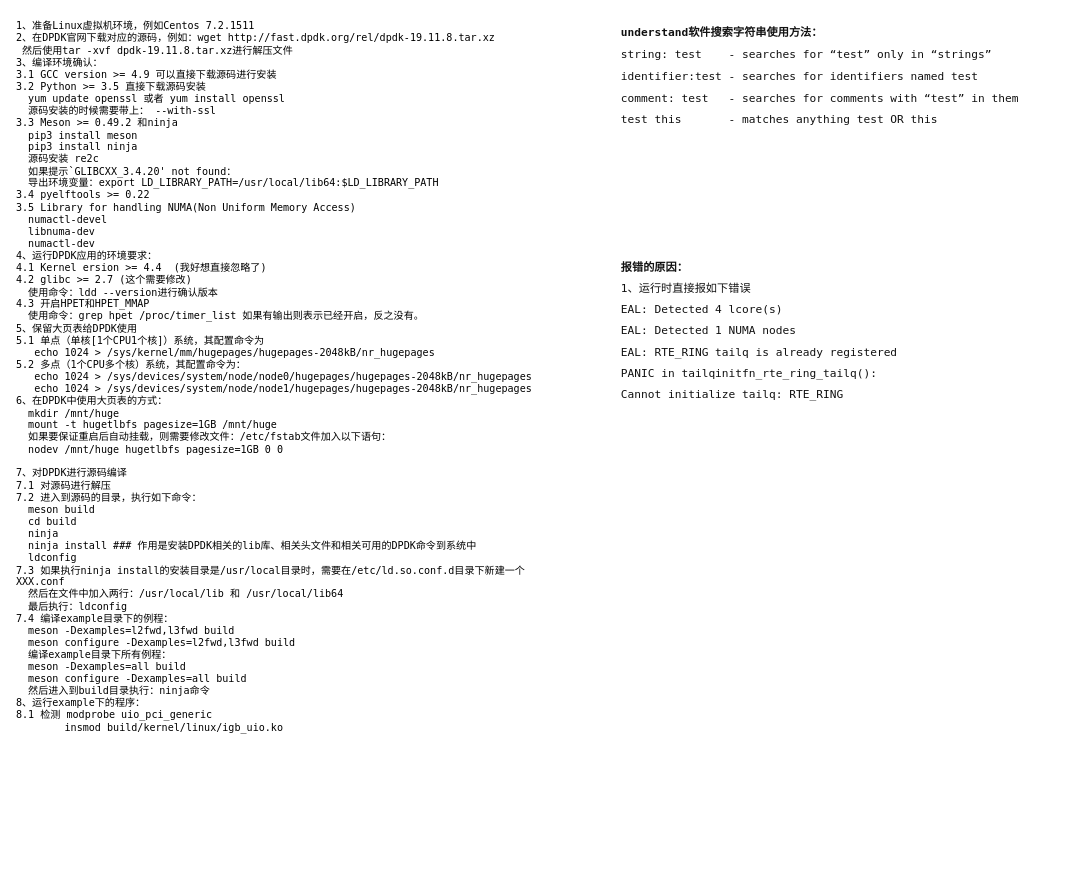
Earlier version of the draw.io diagram Untitled Diagram.drawio (KingPop/xserver2.1.1). Source tidied: cells renumbered, new cells numbered last; positions are measured from the earlier drawing's top-left corner, leaving out a move shared by most shapes. Both pictures are drawn from the tidied source at 84%, with x=0, y=0 at pixel (14, 14).
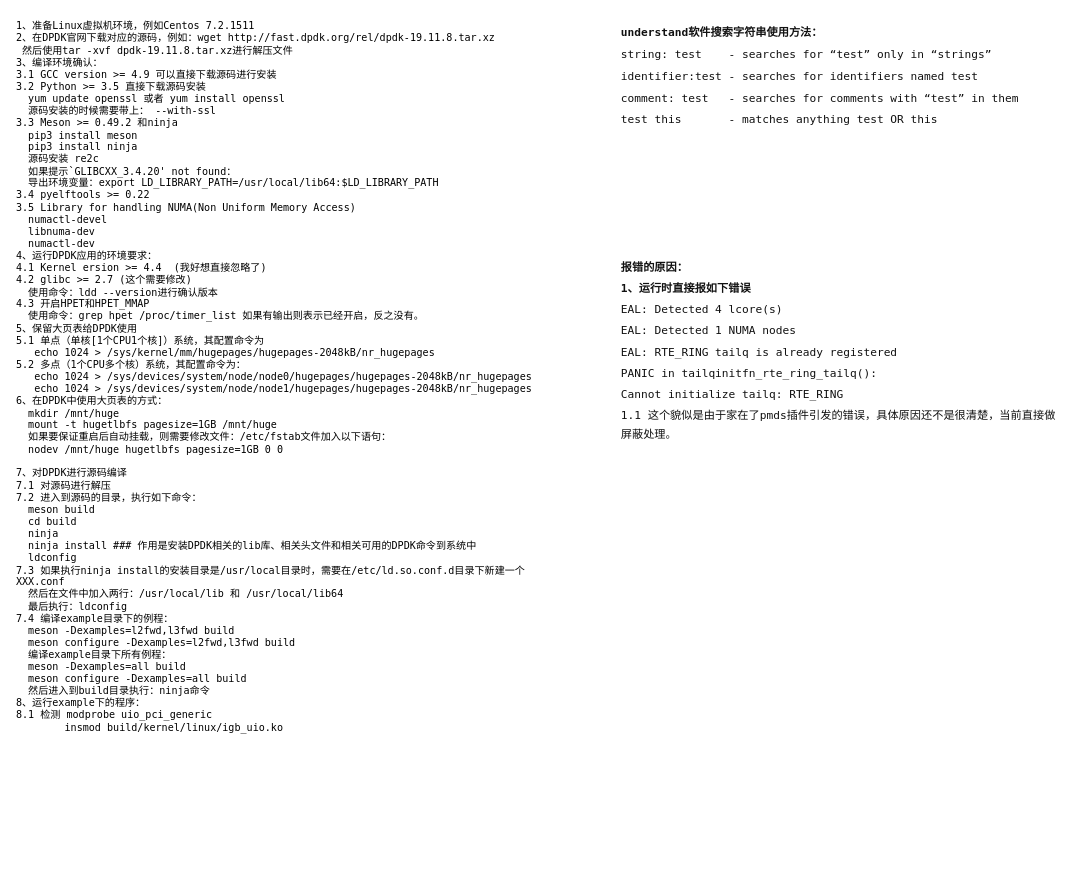
Above is the later version.

Change to the diagram source:
```diff
@@
 <mxGraphModel>
   <root>
     <mxCell id="0" />
     <mxCell id="1" parent="0" />
     <mxCell id="2" value="1、准备Linux虚拟机环境，例如Centos 7.2.1511&lt;div style=&quot;resize: none ; outline: 0px ; font-size: inherit&quot;&gt;2、在DPDK官网下载对应的源码，例如：wget http://fast.dpdk.org/rel/dpdk-19.11.8.tar.xz&lt;/div&gt;&lt;div style=&quot;resize: none ; outline: 0px ; font-size: inherit&quot;&gt;&amp;nbsp;然后使用tar -xvf dpdk-19.11.8.tar.xz进行解压文件&lt;/div&gt;&lt;div style=&quot;resize: none ; outline: 0px ; font-size: inherit&quot;&gt;3、编译环境确认：&lt;/div&gt;&lt;div style=&quot;resize: none ; outline: 0px ; font-size: inherit&quot;&gt;3.1 GCC version &amp;gt;= 4.9 可以直接下载源码进行安装&lt;/div&gt;&lt;div style=&quot;resize: none ; outline: 0px ; font-size: inherit&quot;&gt;3.2 Python &amp;gt;= 3.5 直接下载源码安装&lt;/div&gt;&lt;div style=&quot;resize: none ; outline: 0px ; font-size: inherit&quot;&gt;&amp;nbsp; yum update openssl 或者 yum install openssl&lt;/div&gt;&lt;div style=&quot;resize: none ; outline: 0px ; font-size: inherit&quot;&gt;&amp;nbsp; 源码安装的时候需要带上： --with-ssl&lt;/div&gt;&lt;div style=&quot;resize: none ; outline: 0px ; font-size: inherit&quot;&gt;3.3 Meson &amp;gt;= 0.49.2 和ninja&lt;/div&gt;&lt;div style=&quot;resize: none ; outline: 0px ; font-size: inherit&quot;&gt;&amp;nbsp;&amp;nbsp;pip3 install meson&lt;/div&gt;&lt;div style=&quot;resize: none ; outline: 0px ; font-size: inherit&quot;&gt;&amp;nbsp;&amp;nbsp;pip3 install ninja&lt;/div&gt;&lt;div style=&quot;resize: none ; outline: 0px ; font-size: inherit&quot;&gt;&amp;nbsp; 源码安装 re2c&lt;/div&gt;&lt;div style=&quot;resize: none ; outline: 0px ; font-size: inherit&quot;&gt;&amp;nbsp; 如果提示`GLIBCXX_3.4.20' not found：&lt;/div&gt;&lt;div style=&quot;resize: none ; outline: 0px ; font-size: inherit&quot;&gt;&amp;nbsp; 导出环境变量：export LD_LIBRARY_PATH=/usr/local/lib64:$LD_LIBRARY_PATH&amp;nbsp;&lt;/div&gt;&lt;div style=&quot;resize: none ; outline: 0px ; font-size: inherit&quot;&gt;3.4 pyelftools &amp;gt;= 0.22&lt;/div&gt;&lt;div style=&quot;resize: none ; outline: 0px ; font-size: inherit&quot;&gt;3.5 Library for handling NUMA(Non Uniform Memory Access)&lt;/div&gt;&lt;div style=&quot;resize: none ; outline: 0px ; font-size: inherit&quot;&gt;&amp;nbsp; numactl-devel&lt;/div&gt;&lt;div style=&quot;resize: none ; outline: 0px ; font-size: inherit&quot;&gt;&amp;nbsp; libnuma-dev&lt;/div&gt;&lt;div style=&quot;resize: none ; outline: 0px ; font-size: inherit&quot;&gt;&amp;nbsp; numactl-dev&lt;/div&gt;&lt;div style=&quot;resize: none ; outline: 0px ; font-size: inherit&quot;&gt;4、运行DPDK应用的环境要求：&lt;/div&gt;&lt;div style=&quot;resize: none ; outline: 0px ; font-size: inherit&quot;&gt;4.1 Kernel ersion &amp;gt;= 4.4&amp;nbsp; (我好想直接忽略了)&lt;/div&gt;&lt;div style=&quot;resize: none ; outline: 0px ; font-size: inherit&quot;&gt;4.2 glibc &amp;gt;= 2.7 (这个需要修改)&lt;/div&gt;&lt;div style=&quot;resize: none ; outline: 0px ; font-size: inherit&quot;&gt;&amp;nbsp; 使用命令：ldd --version进行确认版本&lt;/div&gt;&lt;div style=&quot;resize: none ; outline: 0px ; font-size: inherit&quot;&gt;4.3 开启HPET和HPET_MMAP&lt;/div&gt;&lt;div style=&quot;resize: none ; outline: 0px ; font-size: inherit&quot;&gt;&amp;nbsp; 使用命令：grep hpet /proc/timer_list 如果有输出则表示已经开启，反之没有。&lt;/div&gt;&lt;div style=&quot;resize: none ; outline: 0px ; font-size: inherit&quot;&gt;5、保留大页表给DPDK使用&lt;/div&gt;&lt;div style=&quot;resize: none ; outline: 0px ; font-size: inherit&quot;&gt;5.1 单点（单核[1个CPU1个核]）系统，&lt;span style=&quot;font-size: inherit&quot;&gt;其配置命令为&lt;/span&gt;&lt;/div&gt;&lt;div style=&quot;resize: none ; outline: 0px ; font-size: inherit&quot;&gt;&lt;span style=&quot;font-size: inherit&quot;&gt;&amp;nbsp; &amp;nbsp;echo 1024 &amp;gt; /sys/kernel/mm/hugepages/hugepages-2048kB/nr_hugepages&lt;/span&gt;&lt;/div&gt;&lt;div style=&quot;resize: none ; outline: 0px ; font-size: inherit&quot;&gt;5.2 多点（1个CPU多个核）系统，其配置命令为：&lt;/div&gt;&lt;div style=&quot;resize: none ; outline: 0px ; font-size: inherit&quot;&gt;&amp;nbsp; &amp;nbsp;echo 1024 &amp;gt; /sys/devices/system/node/node0/hugepages/hugepages-2048kB/nr_hugepages&lt;/div&gt;&lt;div style=&quot;resize: none ; outline: 0px ; font-size: inherit&quot;&gt;&lt;/div&gt;&amp;nbsp; &amp;nbsp;echo 1024 &amp;gt; /sys/devices/system/node/node1/hugepages/hugepages-2048kB/nr_hugepages&lt;div style=&quot;resize: none ; outline: 0px ; font-size: inherit&quot;&gt;6、在DPDK中使用大页表的方式：&lt;/div&gt;&lt;div style=&quot;resize: none ; outline: 0px ; font-size: inherit&quot;&gt;&amp;nbsp; mkdir /mnt/huge&lt;/div&gt;&lt;div style=&quot;resize: none ; outline: 0px ; font-size: inherit&quot;&gt;&lt;/div&gt;&amp;nbsp; mount -t hugetlbfs pagesize=1GB /mnt/huge&lt;div style=&quot;resize: none ; outline: 0px ; font-size: inherit&quot;&gt;&amp;nbsp; 如果要保证重启后自动挂载，则需要修改文件：/etc/fstab文件加入以下语句：&lt;/div&gt;&lt;div style=&quot;resize: none ; outline: 0px ; font-size: inherit&quot;&gt;&amp;nbsp; nodev /mnt/huge hugetlbfs pagesize=1GB 0 0&lt;/div&gt;&lt;div style=&quot;resize: none ; outline: 0px ; font-size: inherit&quot;&gt;&lt;br&gt;&lt;/div&gt;&lt;div style=&quot;resize: none ; outline: 0px ; font-size: inherit&quot;&gt;7、对DPDK进行源码编译&lt;/div&gt;&lt;div style=&quot;resize: none ; outline: 0px ; font-size: inherit&quot;&gt;7.1 对源码进行解压&lt;/div&gt;&lt;div style=&quot;resize: none ; outline: 0px ; font-size: inherit&quot;&gt;7.2 进入到源码的目录，执行如下命令：&lt;/div&gt;&lt;div style=&quot;resize: none ; outline: 0px ; font-size: inherit&quot;&gt;&amp;nbsp; meson build&lt;/div&gt;&lt;div style=&quot;resize: none ; outline: 0px ; font-size: inherit&quot;&gt;&amp;nbsp; cd build&lt;/div&gt;&lt;div style=&quot;resize: none ; outline: 0px ; font-size: inherit&quot;&gt;&amp;nbsp; ninja&lt;/div&gt;&lt;div style=&quot;resize: none ; outline: 0px ; font-size: inherit&quot;&gt;&amp;nbsp; ninja install ### 作用是安装DPDK相关的lib库、相关头文件和相关可用的DPDK命令到系统中&lt;/div&gt;&lt;div style=&quot;resize: none ; outline: 0px ; font-size: inherit&quot;&gt;&amp;nbsp; ldconfig&lt;/div&gt;&lt;div style=&quot;resize: none ; outline: 0px ; font-size: inherit&quot;&gt;7.3 如果执行ninja install的安装目录是/usr/local目录时，需要在/etc/ld.so.conf.d目录下新建一个XXX.conf&lt;/div&gt;&lt;div style=&quot;resize: none ; outline: 0px ; font-size: inherit&quot;&gt;&amp;nbsp; 然后在文件中加入两行：/usr/local/lib 和 /usr/local/lib64&lt;/div&gt;&lt;div style=&quot;resize: none ; outline: 0px ; font-size: inherit&quot;&gt;&amp;nbsp; 最后执行：ldconfig&lt;/div&gt;&lt;div style=&quot;resize: none ; outline: 0px ; font-size: inherit&quot;&gt;7.4 编译example目录下的例程：&lt;/div&gt;&lt;div style=&quot;resize: none ; outline: 0px ; font-size: inherit&quot;&gt;&amp;nbsp;&amp;nbsp;meson -Dexamples=l2fwd,l3fwd build&lt;/div&gt;&lt;div style=&quot;resize: none ; outline: 0px ; font-size: inherit&quot;&gt;&amp;nbsp;&amp;nbsp;meson configure&amp;nbsp;-Dexamples=l2fwd,l3fwd build&lt;/div&gt;&lt;div style=&quot;resize: none ; outline: 0px ; font-size: inherit&quot;&gt;&amp;nbsp; 编译example目录下所有例程：&lt;/div&gt;&lt;div style=&quot;resize: none ; outline: 0px ; font-size: inherit&quot;&gt;&amp;nbsp;&amp;nbsp;meson -Dexamples=all build&lt;/div&gt;&lt;div style=&quot;resize: none ; outline: 0px ; font-size: inherit&quot;&gt;&amp;nbsp;&amp;nbsp;meson configure&amp;nbsp;-Dexamples=all build&lt;/div&gt;&lt;div style=&quot;resize: none ; outline: 0px ; font-size: inherit&quot;&gt;&amp;nbsp; 然后进入到build目录执行：ninja命令&lt;/div&gt;&lt;div style=&quot;resize: none ; outline: 0px ; font-size: inherit&quot;&gt;8、运行example下的程序：&lt;/div&gt;&lt;div style=&quot;resize: none ; outline: 0px ; font-size: inherit&quot;&gt;8.1 检测&amp;nbsp;modprobe uio_pci_generic&lt;/div&gt;&lt;div style=&quot;resize: none ; outline: 0px ; font-size: inherit&quot;&gt;&amp;nbsp; &amp;nbsp; &amp;nbsp; &amp;nbsp; insmod build/kernel/linux/igb_uio.ko&lt;/div&gt;" style="text;html=1;strokeColor=none;fillColor=none;align=left;verticalAlign=top;whiteSpace=wrap;rounded=0;fontFamily=Lucida Console;" parent="1" vertex="1">
       <mxGeometry width="640" height="1000" as="geometry" />
     </mxCell>
     <mxCell id="3" value="&lt;div&gt;&lt;div class=&quot;document&quot;&gt;&lt;p class=&quot;paragraph text-align-type-left pap-line-1.8 pap-line-rule-auto pap-spacing-before-2pt pap-spacing-after-2pt&quot; style=&quot;line-height: 180% ; margin-top: 2.66667px ; margin-bottom: 2.66667px&quot;&gt;&lt;span style=&quot;font-size: 10pt ; font-family: &amp;#34;simsun&amp;#34; , &amp;#34;songti sc&amp;#34; , , sans-serif ; color: rgb(17 , 17 , 17) ; background: transparent ; letter-spacing: 0pt ; vertical-align: baseline&quot;&gt;&lt;b&gt;understand软件搜索字符串使用方法：&lt;/b&gt;&lt;/span&gt;&lt;span style=&quot;font-size: 11pt ; font-family: &amp;#34;sf pro&amp;#34; , &amp;#34;pingfang sc&amp;#34; , &amp;#34;microsoft yahei&amp;#34; , , &amp;#34;noto sans cjk sc&amp;#34; , sans-serif , &amp;#34;roboto&amp;#34; , &amp;#34;droid sans&amp;#34; , &amp;#34;helvetica&amp;#34; , &amp;#34;tahoma&amp;#34; , &amp;#34;arial&amp;#34; , &amp;#34;hiragino sans gb&amp;#34; , &amp;#34;heiti sc&amp;#34; ; color: rgb(17 , 17 , 17) ; background: transparent ; letter-spacing: 0pt ; vertical-align: baseline&quot;&gt;&lt;/span&gt;&lt;/p&gt;&lt;p class=&quot;paragraph text-align-type-left pap-line-1.8 pap-line-rule-auto pap-spacing-before-2pt pap-spacing-after-2pt&quot; style=&quot;line-height: 180% ; margin-top: 2.66667px ; margin-bottom: 2.66667px&quot;&gt;&lt;span style=&quot;font-size: 10pt ; font-family: &amp;#34;simsun&amp;#34; , &amp;#34;songti sc&amp;#34; , , sans-serif ; color: rgb(17 , 17 , 17) ; background: transparent ; letter-spacing: 0pt ; vertical-align: baseline&quot;&gt;string: test&amp;nbsp; &amp;nbsp; - searches for “test” only in “strings”&lt;/span&gt;&lt;span style=&quot;font-size: 11pt ; font-family: &amp;#34;sf pro&amp;#34; , &amp;#34;pingfang sc&amp;#34; , &amp;#34;microsoft yahei&amp;#34; , , &amp;#34;noto sans cjk sc&amp;#34; , sans-serif , &amp;#34;roboto&amp;#34; , &amp;#34;droid sans&amp;#34; , &amp;#34;helvetica&amp;#34; , &amp;#34;tahoma&amp;#34; , &amp;#34;arial&amp;#34; , &amp;#34;hiragino sans gb&amp;#34; , &amp;#34;heiti sc&amp;#34; ; color: rgb(17 , 17 , 17) ; background: transparent ; letter-spacing: 0pt ; vertical-align: baseline&quot;&gt;&lt;/span&gt;&lt;/p&gt;&lt;p class=&quot;paragraph text-align-type-left pap-line-1.8 pap-line-rule-auto pap-spacing-before-2pt pap-spacing-after-2pt&quot; style=&quot;line-height: 180% ; margin-top: 2.66667px ; margin-bottom: 2.66667px&quot;&gt;&lt;span style=&quot;font-size: 10pt ; font-family: &amp;#34;simsun&amp;#34; , &amp;#34;songti sc&amp;#34; , , sans-serif ; color: rgb(17 , 17 , 17) ; background: transparent ; letter-spacing: 0pt ; vertical-align: baseline&quot;&gt;identifier:test     - searches for identifiers named test&lt;/span&gt;&lt;span style=&quot;font-size: 11pt ; font-family: &amp;#34;sf pro&amp;#34; , &amp;#34;pingfang sc&amp;#34; , &amp;#34;microsoft yahei&amp;#34; , , &amp;#34;noto sans cjk sc&amp;#34; , sans-serif , &amp;#34;roboto&amp;#34; , &amp;#34;droid sans&amp;#34; , &amp;#34;helvetica&amp;#34; , &amp;#34;tahoma&amp;#34; , &amp;#34;arial&amp;#34; , &amp;#34;hiragino sans gb&amp;#34; , &amp;#34;heiti sc&amp;#34; ; color: rgb(17 , 17 , 17) ; background: transparent ; letter-spacing: 0pt ; vertical-align: baseline&quot;&gt;&lt;/span&gt;&lt;/p&gt;&lt;p class=&quot;paragraph text-align-type-left pap-line-1.8 pap-line-rule-auto pap-spacing-before-2pt pap-spacing-after-2pt&quot; style=&quot;line-height: 180% ; margin-top: 2.66667px ; margin-bottom: 2.66667px&quot;&gt;&lt;span style=&quot;font-size: 10pt ; font-family: &amp;#34;simsun&amp;#34; , &amp;#34;songti sc&amp;#34; , , sans-serif ; color: rgb(17 , 17 , 17) ; background: transparent ; letter-spacing: 0pt ; vertical-align: baseline&quot;&gt;comment: test&amp;nbsp; &amp;nbsp;- searches for comments with “test” in them&lt;/span&gt;&lt;span style=&quot;font-size: 11pt ; font-family: &amp;#34;sf pro&amp;#34; , &amp;#34;pingfang sc&amp;#34; , &amp;#34;microsoft yahei&amp;#34; , , &amp;#34;noto sans cjk sc&amp;#34; , sans-serif , &amp;#34;roboto&amp;#34; , &amp;#34;droid sans&amp;#34; , &amp;#34;helvetica&amp;#34; , &amp;#34;tahoma&amp;#34; , &amp;#34;arial&amp;#34; , &amp;#34;hiragino sans gb&amp;#34; , &amp;#34;heiti sc&amp;#34; ; color: rgb(17 , 17 , 17) ; background: transparent ; letter-spacing: 0pt ; vertical-align: baseline&quot;&gt;&lt;/span&gt;&lt;/p&gt;&lt;p class=&quot;paragraph text-align-type-left pap-line-1.8 pap-line-rule-auto pap-spacing-before-2pt pap-spacing-after-2pt&quot; style=&quot;line-height: 180% ; margin-top: 2.66667px ; margin-bottom: 2.66667px&quot;&gt;&lt;span style=&quot;font-size: 10pt ; font-family: &amp;#34;simsun&amp;#34; , &amp;#34;songti sc&amp;#34; , , sans-serif ; color: rgb(17 , 17 , 17) ; background: transparent ; letter-spacing: 0pt ; vertical-align: baseline&quot;&gt;test this&amp;nbsp; &amp;nbsp; &amp;nbsp; &amp;nbsp;- matches anything test OR this&lt;/span&gt;&lt;span style=&quot;font-size: 10pt ; font-family: &amp;#34;simsun&amp;#34; , &amp;#34;songti sc&amp;#34; , , sans-serif ; color: rgb(17 , 17 , 17) ; background: transparent ; letter-spacing: 0pt ; vertical-align: baseline&quot;&gt;&lt;/span&gt;&lt;/p&gt;&lt;/div&gt;&lt;/div&gt;" style="text;html=1;strokeColor=none;fillColor=none;align=left;verticalAlign=top;whiteSpace=wrap;rounded=0;fontFamily=Lucida Console;" parent="1" vertex="1">
       <mxGeometry x="720" width="520" height="200" as="geometry" />
     </mxCell>
-    <mxCell id="4" value="&lt;div class=&quot;document&quot;&gt;&lt;p class=&quot;paragraph text-align-type-left pap-line-1.8 pap-line-rule-auto pap-spacing-before-2pt pap-spacing-after-2pt&quot; style=&quot;line-height: 180% ; margin-top: 2.66667px ; margin-bottom: 2.66667px&quot;&gt;&lt;font&gt;&lt;span style=&quot;font-size: 10pt ; font-family: &amp;quot;simsun&amp;quot; , &amp;quot;songti sc&amp;quot; , , sans-serif ; color: rgb(17 , 17 , 17) ; background: transparent ; letter-spacing: 0pt ; vertical-align: baseline&quot;&gt;&lt;b&gt;报错的原因：&lt;/b&gt;&lt;/span&gt;&lt;span style=&quot;font-size: 11pt ; font-family: &amp;quot;sf pro&amp;quot; , &amp;quot;pingfang sc&amp;quot; , &amp;quot;microsoft yahei&amp;quot; , , &amp;quot;noto sans cjk sc&amp;quot; , sans-serif , &amp;quot;roboto&amp;quot; , &amp;quot;droid sans&amp;quot; , &amp;quot;helvetica&amp;quot; , &amp;quot;tahoma&amp;quot; , &amp;quot;arial&amp;quot; , &amp;quot;hiragino sans gb&amp;quot; , &amp;quot;heiti sc&amp;quot; ; color: rgb(17 , 17 , 17) ; background: transparent ; letter-spacing: 0pt ; vertical-align: baseline&quot;&gt;&lt;/span&gt;&lt;/font&gt;&lt;/p&gt;&lt;p class=&quot;paragraph text-align-type-left pap-line-1.8 pap-line-rule-auto pap-spacing-before-2pt pap-spacing-after-2pt&quot; style=&quot;line-height: 180% ; margin-top: 2.66667px ; margin-bottom: 2.66667px&quot;&gt;&lt;font color=&quot;#111111&quot;&gt;&lt;span style=&quot;font-size: 13.3333px&quot;&gt;1、运行时直接报如下错误&lt;/span&gt;&lt;/font&gt;&lt;/p&gt;&lt;p class=&quot;paragraph text-align-type-left pap-line-1.8 pap-line-rule-auto pap-spacing-before-2pt pap-spacing-after-2pt&quot; style=&quot;line-height: 180% ; margin-top: 2.66667px ; margin-bottom: 2.66667px&quot;&gt;&lt;font color=&quot;#111111&quot;&gt;&lt;span style=&quot;font-size: 13.3333px&quot;&gt;EAL: Detected 4 lcore(s)&lt;/span&gt;&lt;/font&gt;&lt;/p&gt;&lt;p class=&quot;paragraph text-align-type-left pap-line-1.8 pap-line-rule-auto pap-spacing-before-2pt pap-spacing-after-2pt&quot; style=&quot;line-height: 180% ; margin-top: 2.66667px ; margin-bottom: 2.66667px&quot;&gt;&lt;font color=&quot;#111111&quot;&gt;&lt;span style=&quot;font-size: 13.3333px&quot;&gt;EAL: Detected 1 NUMA nodes&lt;/span&gt;&lt;/font&gt;&lt;/p&gt;&lt;p class=&quot;paragraph text-align-type-left pap-line-1.8 pap-line-rule-auto pap-spacing-before-2pt pap-spacing-after-2pt&quot; style=&quot;line-height: 180% ; margin-top: 2.66667px ; margin-bottom: 2.66667px&quot;&gt;&lt;font color=&quot;#111111&quot;&gt;&lt;span style=&quot;font-size: 13.3333px&quot;&gt;EAL: RTE_RING tailq is already registered&lt;/span&gt;&lt;/font&gt;&lt;/p&gt;&lt;p class=&quot;paragraph text-align-type-left pap-line-1.8 pap-line-rule-auto pap-spacing-before-2pt pap-spacing-after-2pt&quot; style=&quot;line-height: 180% ; margin-top: 2.66667px ; margin-bottom: 2.66667px&quot;&gt;&lt;font color=&quot;#111111&quot;&gt;&lt;span style=&quot;font-size: 13.3333px&quot;&gt;PANIC in tailqinitfn_rte_ring_tailq():&lt;/span&gt;&lt;/font&gt;&lt;/p&gt;&lt;p class=&quot;paragraph text-align-type-left pap-line-1.8 pap-line-rule-auto pap-spacing-before-2pt pap-spacing-after-2pt&quot; style=&quot;line-height: 180% ; margin-top: 2.66667px ; margin-bottom: 2.66667px&quot;&gt;&lt;/p&gt;&lt;p class=&quot;paragraph text-align-type-left pap-line-1.8 pap-line-rule-auto pap-spacing-before-2pt pap-spacing-after-2pt&quot; style=&quot;line-height: 180% ; margin-top: 2.66667px ; margin-bottom: 2.66667px&quot;&gt;&lt;font color=&quot;#111111&quot;&gt;&lt;span style=&quot;font-size: 13.3333px&quot;&gt;Cannot initialize tailq: RTE_RING&lt;/span&gt;&lt;/font&gt;&lt;/p&gt;&lt;div&gt;&lt;font&gt;&lt;br&gt;&lt;/font&gt;&lt;/div&gt;&lt;p class=&quot;paragraph text-align-type-left pap-line-1.8 pap-line-rule-auto pap-spacing-before-2pt pap-spacing-after-2pt&quot; style=&quot;line-height: 180% ; margin-top: 2.66667px ; margin-bottom: 2.66667px&quot;&gt;&lt;font color=&quot;#111111&quot;&gt;&lt;span style=&quot;font-size: 13.3333px&quot;&gt;&lt;br&gt;&lt;/span&gt;&lt;/font&gt;&lt;/p&gt;&lt;p class=&quot;paragraph text-align-type-left pap-line-1.8 pap-line-rule-auto pap-spacing-before-2pt pap-spacing-after-2pt&quot; style=&quot;line-height: 180% ; margin-top: 2.66667px ; margin-bottom: 2.66667px&quot;&gt;&lt;font color=&quot;#111111&quot;&gt;&lt;span style=&quot;font-size: 13.3333px&quot;&gt;&lt;br&gt;&lt;/span&gt;&lt;/font&gt;&lt;/p&gt;&lt;/div&gt;" style="text;html=1;strokeColor=none;fillColor=none;align=left;verticalAlign=top;whiteSpace=wrap;rounded=0;fontFamily=Lucida Console;" parent="1" vertex="1">
-      <mxGeometry x="720" y="280" width="520" height="200" as="geometry" />
+    <mxCell id="4" value="&lt;div class=&quot;document&quot;&gt;&lt;p class=&quot;paragraph text-align-type-left pap-line-1.8 pap-line-rule-auto pap-spacing-before-2pt pap-spacing-after-2pt&quot; style=&quot;line-height: 180% ; margin-top: 2.66667px ; margin-bottom: 2.66667px&quot;&gt;&lt;font&gt;&lt;span style=&quot;font-size: 10pt ; font-family: &amp;#34;simsun&amp;#34; , &amp;#34;songti sc&amp;#34; , , sans-serif ; color: rgb(17 , 17 , 17) ; background: transparent ; letter-spacing: 0pt ; vertical-align: baseline&quot;&gt;&lt;b&gt;报错的原因：&lt;/b&gt;&lt;/span&gt;&lt;span style=&quot;font-size: 11pt ; font-family: &amp;#34;sf pro&amp;#34; , &amp;#34;pingfang sc&amp;#34; , &amp;#34;microsoft yahei&amp;#34; , , &amp;#34;noto sans cjk sc&amp;#34; , sans-serif , &amp;#34;roboto&amp;#34; , &amp;#34;droid sans&amp;#34; , &amp;#34;helvetica&amp;#34; , &amp;#34;tahoma&amp;#34; , &amp;#34;arial&amp;#34; , &amp;#34;hiragino sans gb&amp;#34; , &amp;#34;heiti sc&amp;#34; ; color: rgb(17 , 17 , 17) ; background: transparent ; letter-spacing: 0pt ; vertical-align: baseline&quot;&gt;&lt;/span&gt;&lt;/font&gt;&lt;/p&gt;&lt;p class=&quot;paragraph text-align-type-left pap-line-1.8 pap-line-rule-auto pap-spacing-before-2pt pap-spacing-after-2pt&quot; style=&quot;line-height: 180% ; margin-top: 2.66667px ; margin-bottom: 2.66667px&quot;&gt;&lt;font color=&quot;#111111&quot;&gt;&lt;span style=&quot;font-size: 13.3333px&quot;&gt;&lt;b&gt;1、运行时直接报如下错误&lt;/b&gt;&lt;/span&gt;&lt;/font&gt;&lt;/p&gt;&lt;p class=&quot;paragraph text-align-type-left pap-line-1.8 pap-line-rule-auto pap-spacing-before-2pt pap-spacing-after-2pt&quot; style=&quot;line-height: 180% ; margin-top: 2.66667px ; margin-bottom: 2.66667px&quot;&gt;&lt;font color=&quot;#111111&quot;&gt;&lt;span style=&quot;font-size: 13.3333px&quot;&gt;EAL: Detected 4 lcore(s)&lt;/span&gt;&lt;/font&gt;&lt;/p&gt;&lt;p class=&quot;paragraph text-align-type-left pap-line-1.8 pap-line-rule-auto pap-spacing-before-2pt pap-spacing-after-2pt&quot; style=&quot;line-height: 180% ; margin-top: 2.66667px ; margin-bottom: 2.66667px&quot;&gt;&lt;font color=&quot;#111111&quot;&gt;&lt;span style=&quot;font-size: 13.3333px&quot;&gt;EAL: Detected 1 NUMA nodes&lt;/span&gt;&lt;/font&gt;&lt;/p&gt;&lt;p class=&quot;paragraph text-align-type-left pap-line-1.8 pap-line-rule-auto pap-spacing-before-2pt pap-spacing-after-2pt&quot; style=&quot;line-height: 180% ; margin-top: 2.66667px ; margin-bottom: 2.66667px&quot;&gt;&lt;font color=&quot;#111111&quot;&gt;&lt;span style=&quot;font-size: 13.3333px&quot;&gt;EAL: RTE_RING tailq is already registered&lt;/span&gt;&lt;/font&gt;&lt;/p&gt;&lt;p class=&quot;paragraph text-align-type-left pap-line-1.8 pap-line-rule-auto pap-spacing-before-2pt pap-spacing-after-2pt&quot; style=&quot;line-height: 180% ; margin-top: 2.66667px ; margin-bottom: 2.66667px&quot;&gt;&lt;font color=&quot;#111111&quot;&gt;&lt;span style=&quot;font-size: 13.3333px&quot;&gt;PANIC in tailqinitfn_rte_ring_tailq():&lt;/span&gt;&lt;/font&gt;&lt;/p&gt;&lt;p class=&quot;paragraph text-align-type-left pap-line-1.8 pap-line-rule-auto pap-spacing-before-2pt pap-spacing-after-2pt&quot; style=&quot;line-height: 180% ; margin-top: 2.66667px ; margin-bottom: 2.66667px&quot;&gt;&lt;/p&gt;&lt;p class=&quot;paragraph text-align-type-left pap-line-1.8 pap-line-rule-auto pap-spacing-before-2pt pap-spacing-after-2pt&quot; style=&quot;line-height: 180% ; margin-top: 2.66667px ; margin-bottom: 2.66667px&quot;&gt;&lt;font color=&quot;#111111&quot;&gt;&lt;span style=&quot;font-size: 13.3333px&quot;&gt;Cannot initialize tailq: RTE_RING&lt;/span&gt;&lt;/font&gt;&lt;/p&gt;&lt;p class=&quot;paragraph text-align-type-left pap-line-1.8 pap-line-rule-auto pap-spacing-before-2pt pap-spacing-after-2pt&quot; style=&quot;line-height: 180% ; margin-top: 2.66667px ; margin-bottom: 2.66667px&quot;&gt;&lt;font color=&quot;#111111&quot;&gt;&lt;span style=&quot;font-size: 13.3333px&quot;&gt;1.1 这个貌似是由于家在了pmds插件引发的错误，具体原因还不是很清楚，当前直接做屏蔽处理。&lt;/span&gt;&lt;/font&gt;&lt;/p&gt;&lt;p class=&quot;paragraph text-align-type-left pap-line-1.8 pap-line-rule-auto pap-spacing-before-2pt pap-spacing-after-2pt&quot; style=&quot;line-height: 180% ; margin-top: 2.66667px ; margin-bottom: 2.66667px&quot;&gt;&lt;font color=&quot;#111111&quot;&gt;&lt;span style=&quot;font-size: 13.3333px&quot;&gt;&lt;br&gt;&lt;/span&gt;&lt;/font&gt;&lt;/p&gt;&lt;div&gt;&lt;font&gt;&lt;br&gt;&lt;/font&gt;&lt;/div&gt;&lt;p class=&quot;paragraph text-align-type-left pap-line-1.8 pap-line-rule-auto pap-spacing-before-2pt pap-spacing-after-2pt&quot; style=&quot;line-height: 180% ; margin-top: 2.66667px ; margin-bottom: 2.66667px&quot;&gt;&lt;font color=&quot;#111111&quot;&gt;&lt;span style=&quot;font-size: 13.3333px&quot;&gt;&lt;br&gt;&lt;/span&gt;&lt;/font&gt;&lt;/p&gt;&lt;p class=&quot;paragraph text-align-type-left pap-line-1.8 pap-line-rule-auto pap-spacing-before-2pt pap-spacing-after-2pt&quot; style=&quot;line-height: 180% ; margin-top: 2.66667px ; margin-bottom: 2.66667px&quot;&gt;&lt;font color=&quot;#111111&quot;&gt;&lt;span style=&quot;font-size: 13.3333px&quot;&gt;&lt;br&gt;&lt;/span&gt;&lt;/font&gt;&lt;/p&gt;&lt;/div&gt;" style="text;html=1;strokeColor=none;fillColor=none;align=left;verticalAlign=top;whiteSpace=wrap;rounded=0;fontFamily=Lucida Console;" parent="1" vertex="1">
+      <mxGeometry x="720" y="280" width="520" height="360" as="geometry" />
     </mxCell>
   </root>
 </mxGraphModel>
```
